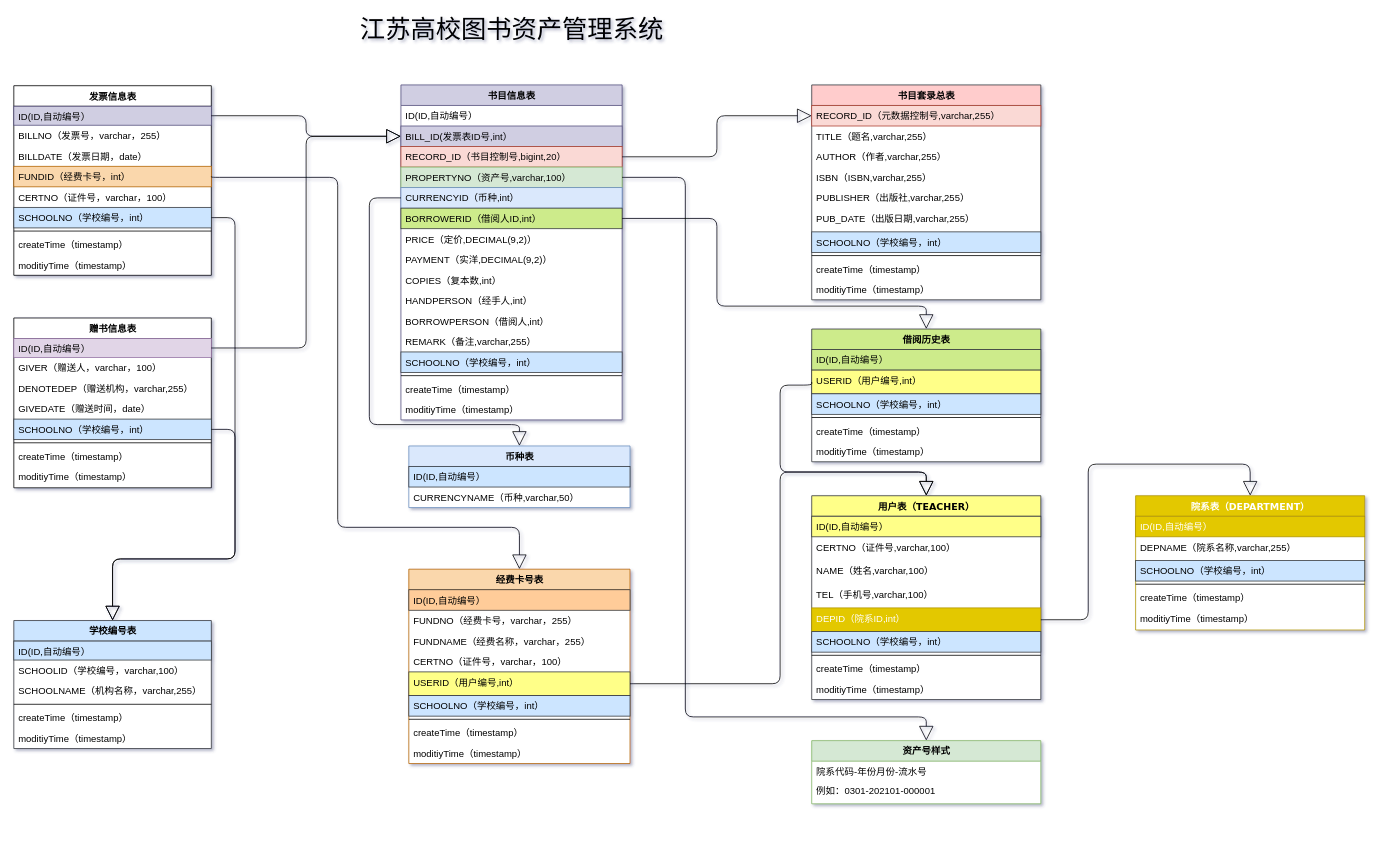
Earlier version of the draw.io diagram 图书资产管理系统.drawio (yisqiu/SimpleMap-wx). Source tidied: cells renumbered, new cells numbered last; positions are measured from the earlier drawing's top-left corner, leaving out a move shared by most shapes. Both pictures are drawn from the tidied source at 79%, with x=0, y=0 at pixel (13, 13).
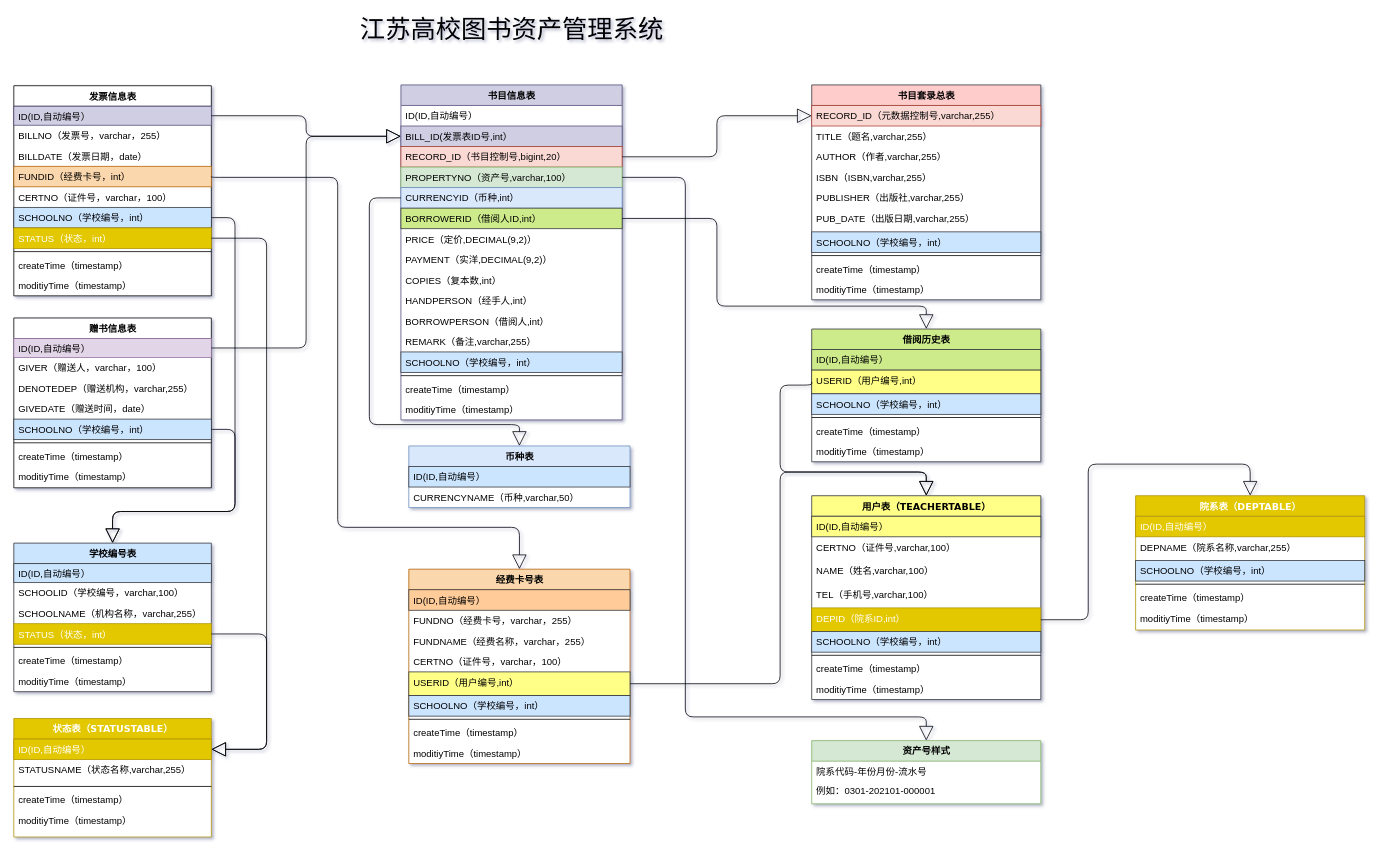
Above is the later version.

Commit message:
更新图书资产管理系统.drawio

Unchanged cells that the change refers to:
```xml
<mxCell id="8" value="SCHOOLNO（学校编号，int）" style="text;html=1;strokeColor=#36393d;fillColor=#cce5ff;align=left;verticalAlign=top;spacingLeft=4;spacingRight=4;whiteSpace=wrap;overflow=hidden;points=[[0,0.5],[1,0.5]];portConstraint=eastwest;" parent="2" vertex="1">
  <mxGeometry y="154" width="250" height="26" as="geometry" />
</mxCell>
<mxCell id="86" value="SCHOOLNO（学校编号，int）" style="text;html=1;strokeColor=#36393d;fillColor=#cce5ff;align=left;verticalAlign=top;spacingLeft=4;spacingRight=4;whiteSpace=wrap;overflow=hidden;points=[[0,0.5],[1,0.5]];portConstraint=eastwest;" parent="81" vertex="1">
  <mxGeometry y="128" width="250" height="26" as="geometry" />
</mxCell>
```

Diff of the diagram source:
```diff
@@
     <mxCell id="2" value="发票信息表" style="swimlane;html=1;fontStyle=1;align=center;verticalAlign=top;horizontal=1;startSize=26;swimlaneFillColor=#ffffff;shadow=0;comic=0;labelBackgroundColor=none;strokeWidth=1;fontFamily=Verdana;fontSize=12;" parent="1" vertex="1">
-      <mxGeometry y="91" width="250" height="240" as="geometry" />
+      <mxGeometry y="91" width="250" height="266" as="geometry" />
     </mxCell>
@@
+    <mxCell id="109" value="STATUS（状态，int）" style="text;html=1;align=left;verticalAlign=top;spacingLeft=4;spacingRight=4;whiteSpace=wrap;overflow=hidden;points=[[0,0.5],[1,0.5]];portConstraint=eastwest;fillColor=#e3c800;strokeColor=#B09500;fontColor=#ffffff;" parent="2" vertex="1">
+      <mxGeometry y="180" width="250" height="26" as="geometry" />
+    </mxCell>
     <mxCell id="9" style="line;html=1;strokeWidth=1;fillColor=none;align=left;verticalAlign=middle;spacingTop=-1;spacingLeft=3;spacingRight=3;labelPosition=right;" parent="2" vertex="1">
-      <mxGeometry y="180" width="250" height="8" as="geometry" />
+      <mxGeometry y="206" width="250" height="8" as="geometry" />
     </mxCell>
     <mxCell id="10" value="createTime（timestamp）" style="text;html=1;strokeColor=none;fillColor=none;align=left;verticalAlign=top;spacingLeft=4;spacingRight=4;whiteSpace=wrap;overflow=hidden;" parent="2" vertex="1">
-      <mxGeometry y="188" width="250" height="26" as="geometry" />
+      <mxGeometry y="214" width="250" height="26" as="geometry" />
     </mxCell>
     <mxCell id="11" value="moditiyTime（timestamp）" style="text;html=1;strokeColor=none;fillColor=none;align=left;verticalAlign=top;spacingLeft=4;spacingRight=4;whiteSpace=wrap;overflow=hidden;" parent="2" vertex="1">
-      <mxGeometry y="214" width="250" height="26" as="geometry" />
+      <mxGeometry y="240" width="250" height="26" as="geometry" />
     </mxCell>
@@
-    <mxCell id="70" value="用户表（TEACHER）" style="swimlane;html=1;fontStyle=1;align=center;verticalAlign=top;horizontal=1;startSize=26;swimlaneFillColor=#ffffff;shadow=0;comic=0;labelBackgroundColor=none;strokeWidth=1;fillColor=#ffff88;fontFamily=Verdana;fontSize=12;strokeColor=#36393d;" parent="1" vertex="1">
+    <mxCell id="70" value="用户表（TEACHERTABLE）" style="swimlane;html=1;fontStyle=1;align=center;verticalAlign=top;horizontal=1;startSize=26;swimlaneFillColor=#ffffff;shadow=0;comic=0;labelBackgroundColor=none;strokeWidth=1;fillColor=#ffff88;fontFamily=Verdana;fontSize=12;strokeColor=#36393d;" parent="1" vertex="1">
       <mxGeometry x="1010" y="610" width="290" height="258" as="geometry" />
     </mxCell>
@@
     <mxCell id="91" value="学校编号表" style="swimlane;html=1;fontStyle=1;align=center;verticalAlign=top;horizontal=1;startSize=26;swimlaneFillColor=#ffffff;shadow=0;comic=0;labelBackgroundColor=none;strokeWidth=1;fontFamily=Verdana;fontSize=12;strokeColor=#36393d;fillColor=#cce5ff;" parent="1" vertex="1">
-      <mxGeometry y="768" width="250" height="162" as="geometry" />
+      <mxGeometry y="670" width="250" height="188" as="geometry" />
     </mxCell>
@@
+    <mxCell id="110" value="STATUS（状态，int）" style="text;html=1;align=left;verticalAlign=top;spacingLeft=4;spacingRight=4;whiteSpace=wrap;overflow=hidden;points=[[0,0.5],[1,0.5]];portConstraint=eastwest;fillColor=#e3c800;strokeColor=#B09500;fontColor=#ffffff;" parent="91" vertex="1">
+      <mxGeometry y="102" width="250" height="26" as="geometry" />
+    </mxCell>
     <mxCell id="95" style="line;html=1;strokeWidth=1;fillColor=none;align=left;verticalAlign=middle;spacingTop=-1;spacingLeft=3;spacingRight=3;labelPosition=right;" parent="91" vertex="1">
-      <mxGeometry y="102" width="250" height="8" as="geometry" />
+      <mxGeometry y="128" width="250" height="8" as="geometry" />
     </mxCell>
     <mxCell id="96" value="createTime（timestamp）" style="text;html=1;strokeColor=none;fillColor=none;align=left;verticalAlign=top;spacingLeft=4;spacingRight=4;whiteSpace=wrap;overflow=hidden;" parent="91" vertex="1">
-      <mxGeometry y="110" width="250" height="26" as="geometry" />
+      <mxGeometry y="136" width="250" height="26" as="geometry" />
     </mxCell>
     <mxCell id="97" value="moditiyTime（timestamp）" style="text;html=1;strokeColor=none;fillColor=none;align=left;verticalAlign=top;spacingLeft=4;spacingRight=4;whiteSpace=wrap;overflow=hidden;" parent="91" vertex="1">
-      <mxGeometry y="136" width="250" height="26" as="geometry" />
+      <mxGeometry y="162" width="250" height="26" as="geometry" />
     </mxCell>
     <mxCell id="98" style="edgeStyle=orthogonalEdgeStyle;html=1;labelBackgroundColor=none;startFill=0;startSize=8;endArrow=block;endFill=0;endSize=16;fontFamily=Verdana;fontSize=12;entryX=0.5;entryY=0;entryDx=0;entryDy=0;exitX=1;exitY=0.5;exitDx=0;exitDy=0;" parent="1" edge="1" source="8" target="91">
       <mxGeometry relative="1" as="geometry">
         <Array as="points">
           <mxPoint x="280" y="258" />
-          <mxPoint x="280" y="690" />
-          <mxPoint x="125" y="690" />
+          <mxPoint x="280" y="630" />
+          <mxPoint x="125" y="630" />
         </Array>
       </mxGeometry>
     </mxCell>
     <mxCell id="99" style="edgeStyle=orthogonalEdgeStyle;html=1;labelBackgroundColor=none;startFill=0;startSize=8;endArrow=block;endFill=0;endSize=16;fontFamily=Verdana;fontSize=12;entryX=0.5;entryY=0;entryDx=0;entryDy=0;exitX=1;exitY=0.5;exitDx=0;exitDy=0;" parent="1" edge="1" source="86" target="91">
       <mxGeometry relative="1" as="geometry">
         <Array as="points">
           <mxPoint x="280" y="526" />
-          <mxPoint x="280" y="690" />
-          <mxPoint x="125" y="690" />
+          <mxPoint x="280" y="630" />
+          <mxPoint x="125" y="630" />
         </Array>
       </mxGeometry>
     </mxCell>
-    <mxCell id="100" value="院系表（DEPARTMENT）" style="swimlane;html=1;fontStyle=1;align=center;verticalAlign=top;horizontal=1;startSize=26;swimlaneFillColor=#ffffff;shadow=0;comic=0;labelBackgroundColor=none;strokeWidth=1;fillColor=#e3c800;fontFamily=Verdana;fontSize=12;strokeColor=#B09500;fontColor=#ffffff;" parent="1" vertex="1">
+    <mxCell id="100" value="院系表（DEPTABLE）" style="swimlane;html=1;fontStyle=1;align=center;verticalAlign=top;horizontal=1;startSize=26;swimlaneFillColor=#ffffff;shadow=0;comic=0;labelBackgroundColor=none;strokeWidth=1;fillColor=#e3c800;fontFamily=Verdana;fontSize=12;strokeColor=#B09500;fontColor=#ffffff;" parent="1" vertex="1">
       <mxGeometry x="1420" y="610" width="290" height="170" as="geometry" />
     </mxCell>
@@
+    <mxCell id="111" value="状态表（STATUSTABLE）" style="swimlane;html=1;fontStyle=1;align=center;verticalAlign=top;horizontal=1;startSize=26;swimlaneFillColor=#ffffff;shadow=0;comic=0;labelBackgroundColor=none;strokeWidth=1;fillColor=#e3c800;fontFamily=Verdana;fontSize=12;strokeColor=#B09500;fontColor=#ffffff;" parent="1" vertex="1">
+      <mxGeometry y="892" width="250" height="150" as="geometry" />
+    </mxCell>
+    <mxCell id="112" value="ID(ID,自动编号）" style="text;html=1;strokeColor=#B09500;fillColor=#e3c800;align=left;verticalAlign=top;spacingLeft=4;spacingRight=4;whiteSpace=wrap;overflow=hidden;points=[[0,0.5],[1,0.5]];portConstraint=eastwest;fontColor=#ffffff;" parent="111" vertex="1">
+      <mxGeometry y="26" width="250" height="26" as="geometry" />
+    </mxCell>
+    <mxCell id="113" value="STATUSNAME（状态名称,varchar,255）" style="text;html=1;strokeColor=none;fillColor=none;align=left;verticalAlign=top;spacingLeft=4;spacingRight=4;whiteSpace=wrap;overflow=hidden;" parent="111" vertex="1">
+      <mxGeometry y="52" width="250" height="30" as="geometry" />
+    </mxCell>
+    <mxCell id="114" style="line;html=1;strokeWidth=1;fillColor=none;align=left;verticalAlign=middle;spacingTop=-1;spacingLeft=3;spacingRight=3;labelPosition=right;" parent="111" vertex="1">
+      <mxGeometry y="82" width="250" height="8" as="geometry" />
+    </mxCell>
+    <mxCell id="115" value="createTime（timestamp）" style="text;html=1;strokeColor=none;fillColor=none;align=left;verticalAlign=top;spacingLeft=4;spacingRight=4;whiteSpace=wrap;overflow=hidden;" parent="111" vertex="1">
+      <mxGeometry y="90" width="250" height="26" as="geometry" />
+    </mxCell>
+    <mxCell id="116" value="moditiyTime（timestamp）" style="text;html=1;strokeColor=none;fillColor=none;align=left;verticalAlign=top;spacingLeft=4;spacingRight=4;whiteSpace=wrap;overflow=hidden;" parent="111" vertex="1">
+      <mxGeometry y="116" width="250" height="26" as="geometry" />
+    </mxCell>
+    <mxCell id="117" style="edgeStyle=orthogonalEdgeStyle;html=1;labelBackgroundColor=none;startFill=0;startSize=8;endArrow=block;endFill=0;endSize=16;fontFamily=Verdana;fontSize=12;exitX=1;exitY=0.5;exitDx=0;exitDy=0;entryX=1;entryY=0.5;entryDx=0;entryDy=0;" parent="1" edge="1" source="110" target="112">
+      <mxGeometry relative="1" as="geometry">
+        <Array as="points">
+          <mxPoint x="320" y="785" />
+          <mxPoint x="320" y="931" />
+        </Array>
+      </mxGeometry>
+    </mxCell>
+    <mxCell id="118" style="edgeStyle=orthogonalEdgeStyle;html=1;labelBackgroundColor=none;startFill=0;startSize=8;endArrow=block;endFill=0;endSize=16;fontFamily=Verdana;fontSize=12;exitX=1;exitY=0.5;exitDx=0;exitDy=0;entryX=1;entryY=0.5;entryDx=0;entryDy=0;" parent="1" edge="1" source="109" target="112">
+      <mxGeometry relative="1" as="geometry">
+        <Array as="points">
+          <mxPoint x="320" y="284" />
+          <mxPoint x="320" y="931" />
+        </Array>
+      </mxGeometry>
+    </mxCell>
```
